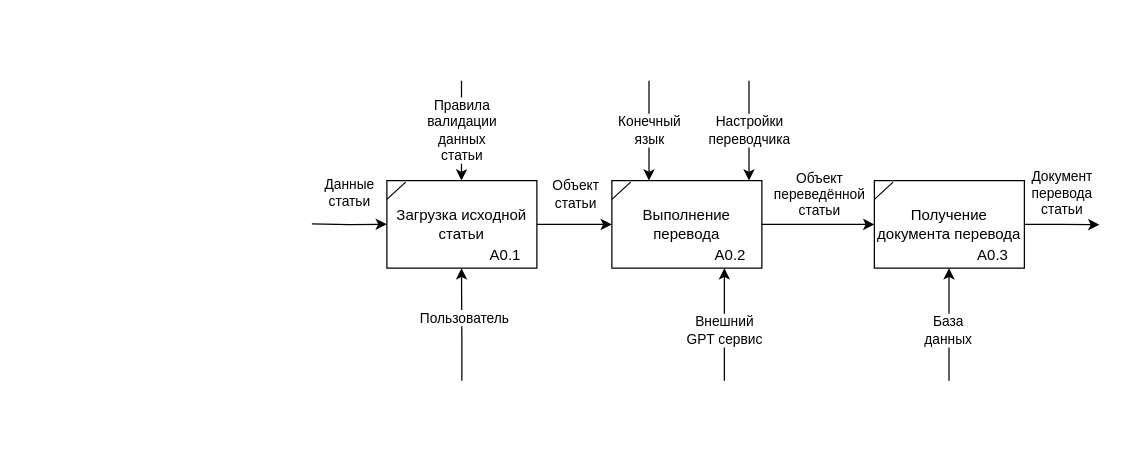
Earlier version of the draw.io diagram ISD/labs/3/idef0.drawio (XoJIoDuJIHuK/7-term). Source tidied: cells renumbered, new cells numbered last; positions are measured from the earlier drawing's top-left corner, leaving out a move shared by most shapes. Both pictures are drawn from the tidied source at 125%, with x=0, y=0 at pixel (311, 80).
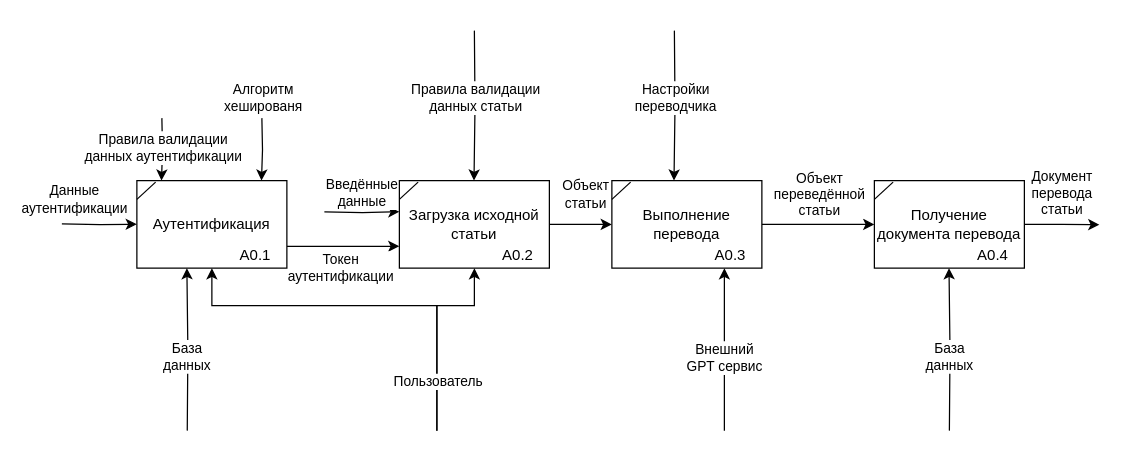
The same page after the edit.

Diff of the diagram source:
```diff
@@
-    <mxCell id="4" style="edgeStyle=orthogonalEdgeStyle;rounded=0;orthogonalLoop=1;jettySize=auto;html=1;exitX=0.5;exitY=1;exitDx=0;exitDy=0;" parent="1" edge="1">
+    <mxCell id="4" style="edgeStyle=orthogonalEdgeStyle;rounded=0;orthogonalLoop=1;jettySize=auto;html=1;" parent="1" edge="1">
       <mxGeometry relative="1" as="geometry">
-        <mxPoint x="119.7" as="sourcePoint" />
-        <mxPoint x="119.7" y="80" as="targetPoint" />
+        <mxPoint x="130" y="-40" as="sourcePoint" />
+        <mxPoint x="129.7" y="80" as="targetPoint" />
       </mxGeometry>
     </mxCell>
-    <mxCell id="5" value="Правила&lt;div&gt;валидации&lt;/div&gt;&lt;div&gt;данных&lt;/div&gt;&lt;div&gt;статьи&lt;/div&gt;" style="edgeLabel;html=1;align=center;verticalAlign=middle;" parent="4" vertex="1">
+    <mxCell id="5" value="Правила валидации&lt;div&gt;данных статьи&lt;/div&gt;" style="edgeLabel;html=1;align=center;verticalAlign=middle;" parent="4" vertex="1">
       <mxGeometry x="-0.29" relative="1" as="geometry">
         <mxPoint y="11" as="offset" />
       </mxGeometry>
     </mxCell>
     <mxCell id="6" value="Загрузка исходной статьи" style="rounded=0;whiteSpace=wrap;html=1;" parent="1" vertex="1">
-      <mxGeometry x="60" y="80" width="120" height="70" as="geometry" />
+      <mxGeometry x="70" y="80" width="120" height="70" as="geometry" />
     </mxCell>
     <mxCell id="7" style="endArrow=none;html=1;rounded=0;exitX=0;exitY=0.25;exitDx=0;exitDy=0;entryX=0.125;entryY=0.02;entryDx=0;entryDy=0;entryPerimeter=0;" parent="1" edge="1">
       <mxGeometry relative="1" as="geometry">
-        <mxPoint x="60" y="95" as="sourcePoint" />
-        <mxPoint x="75" y="81.2" as="targetPoint" />
+        <mxPoint x="70" y="95" as="sourcePoint" />
+        <mxPoint x="85" y="81.2" as="targetPoint" />
       </mxGeometry>
     </mxCell>
-    <mxCell id="8" value="A0.1" style="text;html=1;align=center;verticalAlign=middle;whiteSpace=wrap;rounded=0;" parent="1" vertex="1">
-      <mxGeometry x="130" y="130" width="50" height="20" as="geometry" />
+    <mxCell id="8" value="A0.2" style="text;html=1;align=center;verticalAlign=middle;whiteSpace=wrap;rounded=0;" parent="1" vertex="1">
+      <mxGeometry x="140" y="130" width="50" height="20" as="geometry" />
     </mxCell>
@@
-    <mxCell id="11" style="edgeStyle=orthogonalEdgeStyle;rounded=0;orthogonalLoop=1;jettySize=auto;html=1;exitX=0.5;exitY=0;exitDx=0;exitDy=0;" parent="1" edge="1">
+    <mxCell id="11" style="edgeStyle=orthogonalEdgeStyle;rounded=0;orthogonalLoop=1;jettySize=auto;html=1;" parent="1" edge="1">
       <mxGeometry relative="1" as="geometry">
-        <mxPoint x="330" y="240" as="sourcePoint" />
+        <mxPoint x="330" y="280" as="sourcePoint" />
         <mxPoint x="330" y="150" as="targetPoint" />
       </mxGeometry>
     </mxCell>
@@
-    <mxCell id="15" value="A0.2" style="text;html=1;align=center;verticalAlign=middle;whiteSpace=wrap;rounded=0;" parent="1" vertex="1">
+    <mxCell id="15" value="A0.3" style="text;html=1;align=center;verticalAlign=middle;whiteSpace=wrap;rounded=0;" parent="1" vertex="1">
       <mxGeometry x="310" y="130" width="50" height="20" as="geometry" />
     </mxCell>
@@
-    <mxCell id="20" value="A0.3" style="text;html=1;align=center;verticalAlign=middle;whiteSpace=wrap;rounded=0;" parent="1" vertex="1">
+    <mxCell id="20" value="A0.4" style="text;html=1;align=center;verticalAlign=middle;whiteSpace=wrap;rounded=0;" parent="1" vertex="1">
       <mxGeometry x="520" y="130" width="50" height="20" as="geometry" />
     </mxCell>
-    <mxCell id="21" style="edgeStyle=orthogonalEdgeStyle;rounded=0;orthogonalLoop=1;jettySize=auto;html=1;exitX=0.5;exitY=0;exitDx=0;exitDy=0;" parent="1" edge="1">
+    <mxCell id="21" style="edgeStyle=orthogonalEdgeStyle;rounded=0;orthogonalLoop=1;jettySize=auto;html=1;" parent="1" edge="1">
       <mxGeometry relative="1" as="geometry">
-        <mxPoint x="509.7" y="240" as="sourcePoint" />
+        <mxPoint x="510" y="280" as="sourcePoint" />
         <mxPoint x="509.7" y="150" as="targetPoint" />
       </mxGeometry>
     </mxCell>
@@
-    <mxCell id="23" style="edgeStyle=orthogonalEdgeStyle;rounded=0;orthogonalLoop=1;jettySize=auto;html=1;exitX=1;exitY=0.5;exitDx=0;exitDy=0;" parent="1" edge="1">
+    <mxCell id="23" style="edgeStyle=orthogonalEdgeStyle;rounded=0;orthogonalLoop=1;jettySize=auto;html=1;" parent="1" edge="1">
       <mxGeometry relative="1" as="geometry">
-        <mxPoint y="114.6" as="sourcePoint" />
-        <mxPoint x="60" y="114.9" as="targetPoint" />
+        <mxPoint x="10" y="105" as="sourcePoint" />
+        <mxPoint x="70" y="104.9" as="targetPoint" />
       </mxGeometry>
     </mxCell>
-    <mxCell id="24" value="Данные&lt;div&gt;статьи&lt;/div&gt;" style="edgeLabel;html=1;align=center;verticalAlign=middle;" parent="23" vertex="1">
+    <mxCell id="24" value="&lt;div&gt;Введённые&lt;/div&gt;&lt;div&gt;данные&lt;/div&gt;" style="edgeLabel;html=1;align=center;verticalAlign=middle;" parent="23" vertex="1">
       <mxGeometry x="0.33" y="3" relative="1" as="geometry">
-        <mxPoint x="-10" y="-23" as="offset" />
+        <mxPoint x="-10" y="-13" as="offset" />
       </mxGeometry>
     </mxCell>
-    <mxCell id="25" style="edgeStyle=orthogonalEdgeStyle;rounded=0;orthogonalLoop=1;jettySize=auto;html=1;exitX=0.5;exitY=1;exitDx=0;exitDy=0;" parent="1" edge="1">
-      <mxGeometry relative="1" as="geometry">
-        <mxPoint x="269.7" as="sourcePoint" />
-        <mxPoint x="269.7" y="80" as="targetPoint" />
-      </mxGeometry>
-    </mxCell>
-    <mxCell id="26" value="Конечный&lt;div&gt;язык&lt;/div&gt;" style="edgeLabel;html=1;align=center;verticalAlign=middle;" parent="25" vertex="1">
-      <mxGeometry x="-0.29" relative="1" as="geometry">
-        <mxPoint y="11" as="offset" />
-      </mxGeometry>
-    </mxCell>
-    <mxCell id="27" style="edgeStyle=orthogonalEdgeStyle;rounded=0;orthogonalLoop=1;jettySize=auto;html=1;" parent="1" edge="1">
+    <mxCell id="27" style="edgeStyle=orthogonalEdgeStyle;rounded=0;jettySize=auto;html=1;entryX=0.5;entryY=1;entryDx=0;entryDy=0;" parent="1" edge="1" target="6">
       <mxGeometry relative="1" as="geometry">
-        <mxPoint x="120" y="240" as="sourcePoint" />
-        <mxPoint x="119.7" y="150" as="targetPoint" />
+        <mxPoint x="100" y="280" as="sourcePoint" />
         <Array as="points">
-          <mxPoint x="120" y="210" />
-          <mxPoint x="120" y="210" />
+          <mxPoint x="100" y="180" />
+          <mxPoint x="130" y="180" />
         </Array>
       </mxGeometry>
     </mxCell>
-    <mxCell id="28" value="Пользователь" style="edgeLabel;html=1;align=center;verticalAlign=middle;" parent="27" vertex="1">
-      <mxGeometry x="0.11" y="-2" relative="1" as="geometry" />
-    </mxCell>
-    <mxCell id="29" style="edgeStyle=orthogonalEdgeStyle;rounded=0;orthogonalLoop=1;jettySize=auto;html=1;exitX=0.5;exitY=1;exitDx=0;exitDy=0;" parent="1" edge="1">
+    <mxCell id="29" style="edgeStyle=orthogonalEdgeStyle;rounded=0;orthogonalLoop=1;jettySize=auto;html=1;" parent="1" edge="1">
       <mxGeometry relative="1" as="geometry">
-        <mxPoint x="349.7" as="sourcePoint" />
-        <mxPoint x="349.7" y="80" as="targetPoint" />
+        <mxPoint x="290" y="-40" as="sourcePoint" />
+        <mxPoint x="289.7" y="80" as="targetPoint" />
       </mxGeometry>
     </mxCell>
@@
+    <mxCell id="31" style="edgeStyle=orthogonalEdgeStyle;rounded=0;orthogonalLoop=1;jettySize=auto;html=1;" parent="1" edge="1">
+      <mxGeometry relative="1" as="geometry">
+        <mxPoint x="-120" y="30" as="sourcePoint" />
+        <mxPoint x="-120.3" y="80" as="targetPoint" />
+      </mxGeometry>
+    </mxCell>
+    <mxCell id="32" value="Правила валидации&lt;div&gt;данных аутентификации&lt;/div&gt;" style="edgeLabel;html=1;align=center;verticalAlign=middle;" parent="31" vertex="1">
+      <mxGeometry x="-0.29" relative="1" as="geometry">
+        <mxPoint y="6" as="offset" />
+      </mxGeometry>
+    </mxCell>
+    <mxCell id="33" style="edgeStyle=orthogonalEdgeStyle;rounded=0;jettySize=auto;html=1;exitX=1;exitY=0.75;exitDx=0;exitDy=0;entryX=0;entryY=0.75;entryDx=0;entryDy=0;" parent="1" edge="1" source="35" target="6">
+      <mxGeometry relative="1" as="geometry">
+        <Array as="points">
+          <mxPoint x="20" y="133" />
+          <mxPoint x="20" y="133" />
+        </Array>
+      </mxGeometry>
+    </mxCell>
+    <mxCell id="34" value="Токен&lt;div&gt;аутентификации&lt;/div&gt;" style="edgeLabel;html=1;align=center;verticalAlign=middle;" parent="33" vertex="1">
+      <mxGeometry x="-0.73" y="1" relative="1" as="geometry">
+        <mxPoint x="30" y="18" as="offset" />
+      </mxGeometry>
+    </mxCell>
+    <mxCell id="35" value="Аутентификация" style="rounded=0;whiteSpace=wrap;html=1;" parent="1" vertex="1">
+      <mxGeometry x="-140" y="80" width="120" height="70" as="geometry" />
+    </mxCell>
+    <mxCell id="36" style="endArrow=none;html=1;rounded=0;exitX=0;exitY=0.25;exitDx=0;exitDy=0;entryX=0.125;entryY=0.02;entryDx=0;entryDy=0;entryPerimeter=0;" parent="1" edge="1">
+      <mxGeometry relative="1" as="geometry">
+        <mxPoint x="-140" y="95" as="sourcePoint" />
+        <mxPoint x="-125" y="81.2" as="targetPoint" />
+      </mxGeometry>
+    </mxCell>
+    <mxCell id="37" value="A0.1" style="text;html=1;align=center;verticalAlign=middle;whiteSpace=wrap;rounded=0;" parent="1" vertex="1">
+      <mxGeometry x="-70" y="130" width="50" height="20" as="geometry" />
+    </mxCell>
+    <mxCell id="38" style="edgeStyle=orthogonalEdgeStyle;rounded=0;orthogonalLoop=1;jettySize=auto;html=1;exitX=1;exitY=0.5;exitDx=0;exitDy=0;" parent="1" edge="1">
+      <mxGeometry relative="1" as="geometry">
+        <mxPoint x="-200" y="114.6" as="sourcePoint" />
+        <mxPoint x="-140" y="114.9" as="targetPoint" />
+      </mxGeometry>
+    </mxCell>
+    <mxCell id="39" value="Данные&lt;div&gt;аутентификации&lt;/div&gt;" style="edgeLabel;html=1;align=center;verticalAlign=middle;" parent="38" vertex="1">
+      <mxGeometry x="0.33" y="3" relative="1" as="geometry">
+        <mxPoint x="-30" y="-18" as="offset" />
+      </mxGeometry>
+    </mxCell>
+    <mxCell id="40" style="edgeStyle=orthogonalEdgeStyle;rounded=0;jettySize=auto;html=1;entryX=0.5;entryY=1;entryDx=0;entryDy=0;" parent="1" edge="1" target="35">
+      <mxGeometry relative="1" as="geometry">
+        <mxPoint x="100" y="280" as="sourcePoint" />
+        <Array as="points">
+          <mxPoint x="100" y="180" />
+          <mxPoint x="-80" y="180" />
+        </Array>
+      </mxGeometry>
+    </mxCell>
+    <mxCell id="28" value="Пользователь" style="edgeLabel;html=1;align=center;verticalAlign=middle;" parent="40" vertex="1">
+      <mxGeometry x="-0.29" relative="1" as="geometry">
+        <mxPoint x="10" y="60" as="offset" />
+      </mxGeometry>
+    </mxCell>
+    <mxCell id="41" style="edgeStyle=orthogonalEdgeStyle;rounded=0;orthogonalLoop=1;jettySize=auto;html=1;" parent="1" edge="1">
+      <mxGeometry relative="1" as="geometry">
+        <mxPoint x="-40" y="30" as="sourcePoint" />
+        <mxPoint x="-40.3" y="80" as="targetPoint" />
+      </mxGeometry>
+    </mxCell>
+    <mxCell id="42" value="Алгоритм&lt;div&gt;хешированя&lt;/div&gt;" style="edgeLabel;html=1;align=center;verticalAlign=middle;" parent="41" vertex="1">
+      <mxGeometry x="-0.29" relative="1" as="geometry">
+        <mxPoint y="-34" as="offset" />
+      </mxGeometry>
+    </mxCell>
+    <mxCell id="43" style="edgeStyle=orthogonalEdgeStyle;rounded=0;orthogonalLoop=1;jettySize=auto;html=1;" parent="1" edge="1">
+      <mxGeometry relative="1" as="geometry">
+        <mxPoint x="-99.7" y="280" as="sourcePoint" />
+        <mxPoint x="-100" y="150" as="targetPoint" />
+      </mxGeometry>
+    </mxCell>
+    <mxCell id="44" value="База&lt;div&gt;данных&lt;/div&gt;" style="edgeLabel;html=1;align=center;verticalAlign=middle;" parent="43" vertex="1">
+      <mxGeometry x="-0.09" y="1" relative="1" as="geometry" />
+    </mxCell>
```
